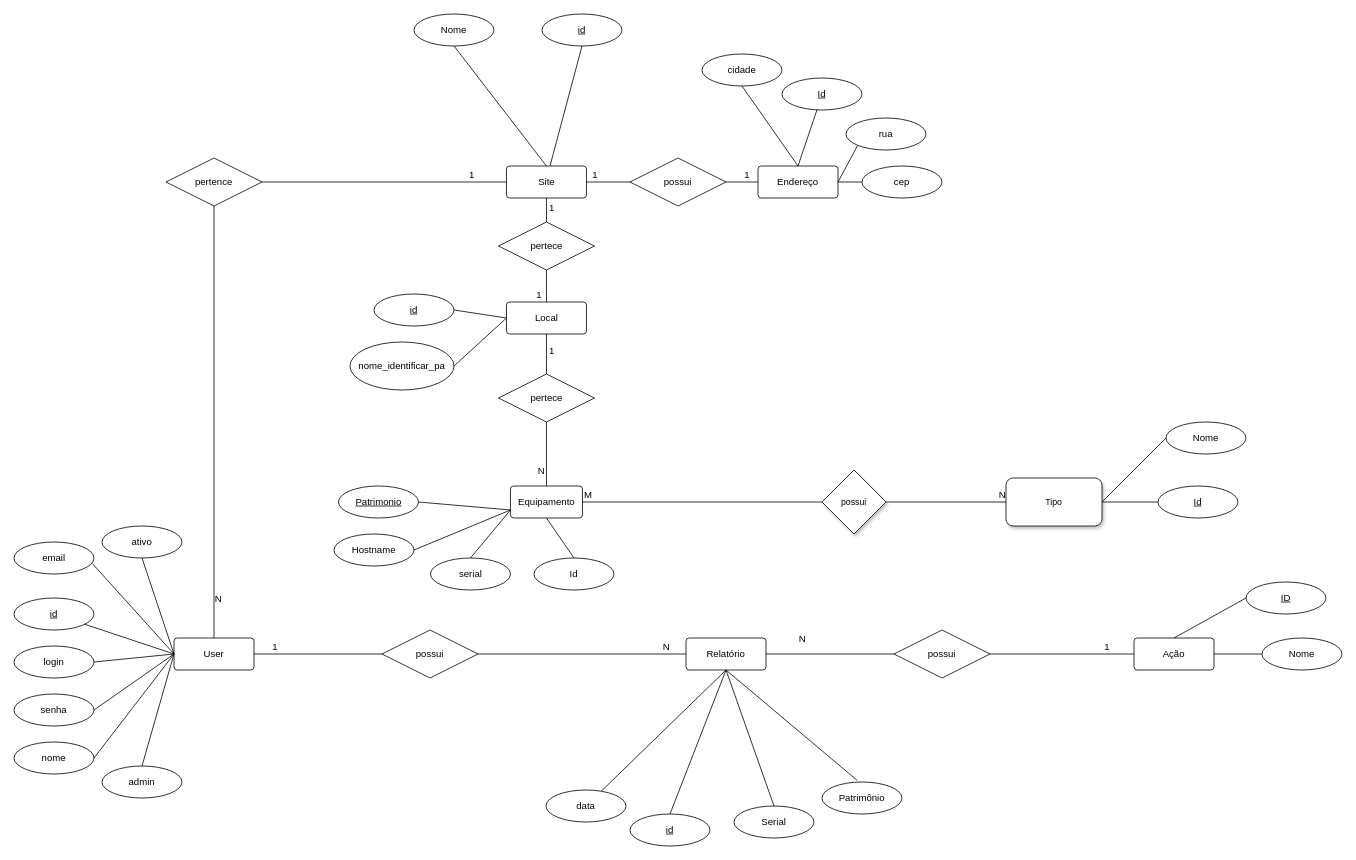
The draw.io diagram app/static/img/monitora.drawio in jesiqueira/monitora, before the edit. Source tidied: cells renumbered, new cells numbered last; positions are measured from the earlier drawing's top-left corner, leaving out a move shared by most shapes. Both pictures are drawn from the tidied source at 80%, with x=0, y=0 at pixel (14, 14).
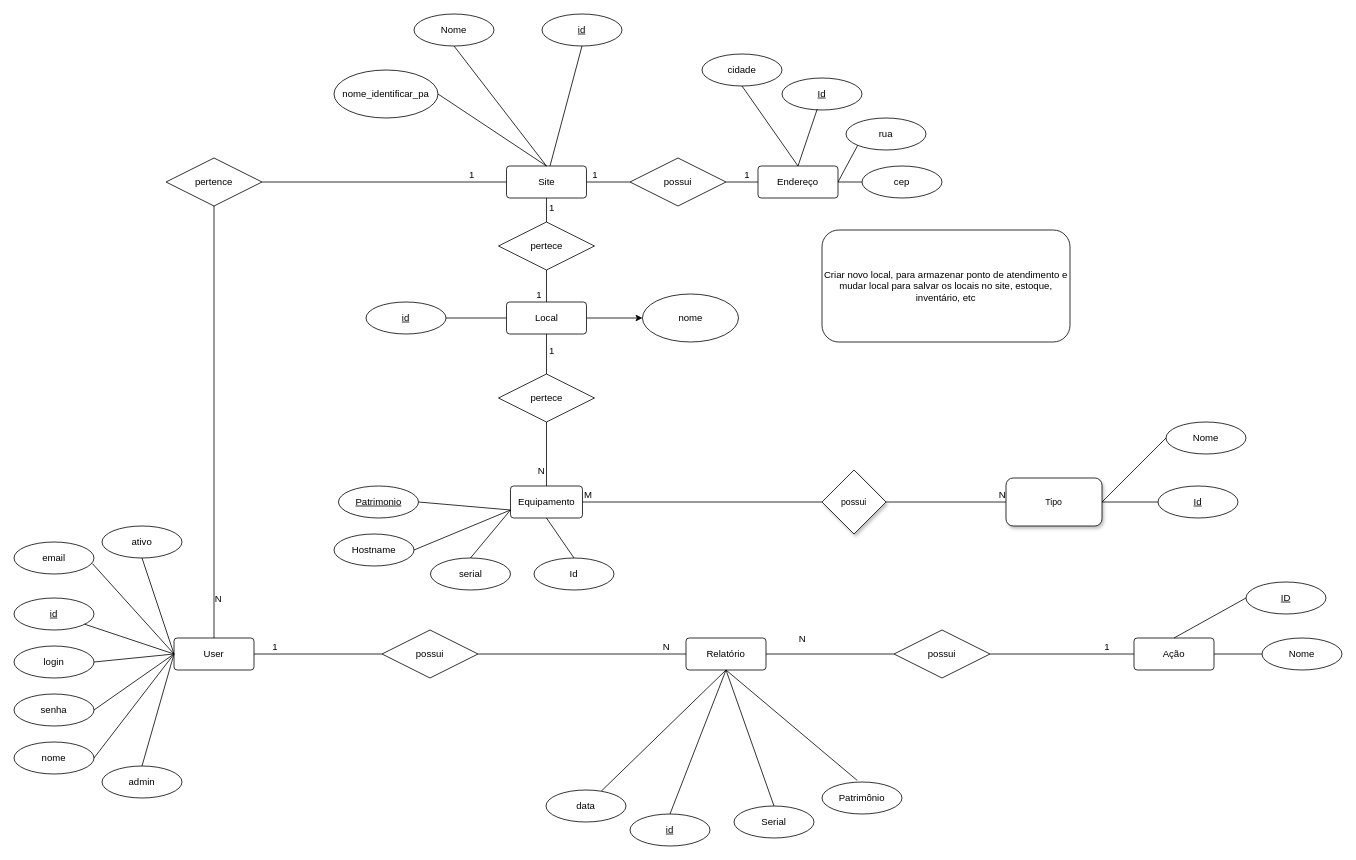
Above is the later version.

Commit message (it also covers changes not shown here):
Iniciando desenvolvimento paginas e controle do estoque

The change refers to these unchanged cells:
```xml
<mxCell id="8" value="Site" style="rounded=1;arcSize=10;whiteSpace=wrap;html=1;align=center;" parent="1" vertex="1">
  <mxGeometry x="615.6" y="190" width="100" height="40" as="geometry" />
</mxCell>
<mxCell id="62" value="Local" style="rounded=1;arcSize=10;whiteSpace=wrap;html=1;align=center;" parent="1" vertex="1">
  <mxGeometry x="615.6" y="360" width="100" height="40" as="geometry" />
</mxCell>
```

The edit, as a diff of the source:
```diff
@@
+    <mxCell id="101" style="edgeStyle=orthogonalEdgeStyle;rounded=0;jettySize=auto;html=1;" parent="1" edge="1" source="62" target="102">
+      <mxGeometry relative="1" as="geometry" />
+    </mxCell>
@@
     <mxCell id="70" value="id" style="ellipse;whiteSpace=wrap;html=1;align=center;fontStyle=4;" parent="1" vertex="1">
-      <mxGeometry x="450" y="350" width="100" height="40" as="geometry" />
+      <mxGeometry x="440" y="360" width="100" height="40" as="geometry" />
     </mxCell>
     <mxCell id="71" value="nome_identificar_pa" style="ellipse;whiteSpace=wrap;html=1;align=center;" parent="1" vertex="1">
-      <mxGeometry x="420" y="410" width="130" height="60" as="geometry" />
+      <mxGeometry x="400" y="70" width="130" height="60" as="geometry" />
     </mxCell>
@@
-    <mxCell id="73" style="endArrow=none;html=1;rounded=0;exitX=1;exitY=0.5;exitDx=0;exitDy=0;entryX=0;entryY=0.5;entryDx=0;entryDy=0;" parent="1" edge="1" source="71" target="62">
+    <mxCell id="73" style="endArrow=none;html=1;rounded=0;exitX=1;exitY=0.5;exitDx=0;exitDy=0;entryX=0.5;entryY=0;entryDx=0;entryDy=0;" parent="1" edge="1" source="71" target="8">
       <mxGeometry relative="1" as="geometry" />
     </mxCell>
@@
+    <mxCell id="102" value="nome" style="ellipse;whiteSpace=wrap;html=1;rounded=1;arcSize=10;" parent="1" vertex="1">
+      <mxGeometry x="785.6" y="350" width="120" height="60" as="geometry" />
+    </mxCell>
+    <mxCell id="103" value="Criar novo local, para armazenar ponto de atendimento e mudar local para salvar os locais no site, estoque, inventário, etc" style="rounded=1;whiteSpace=wrap;html=1;" parent="1" vertex="1">
+      <mxGeometry x="1010" y="270" width="310" height="140" as="geometry" />
+    </mxCell>
```
